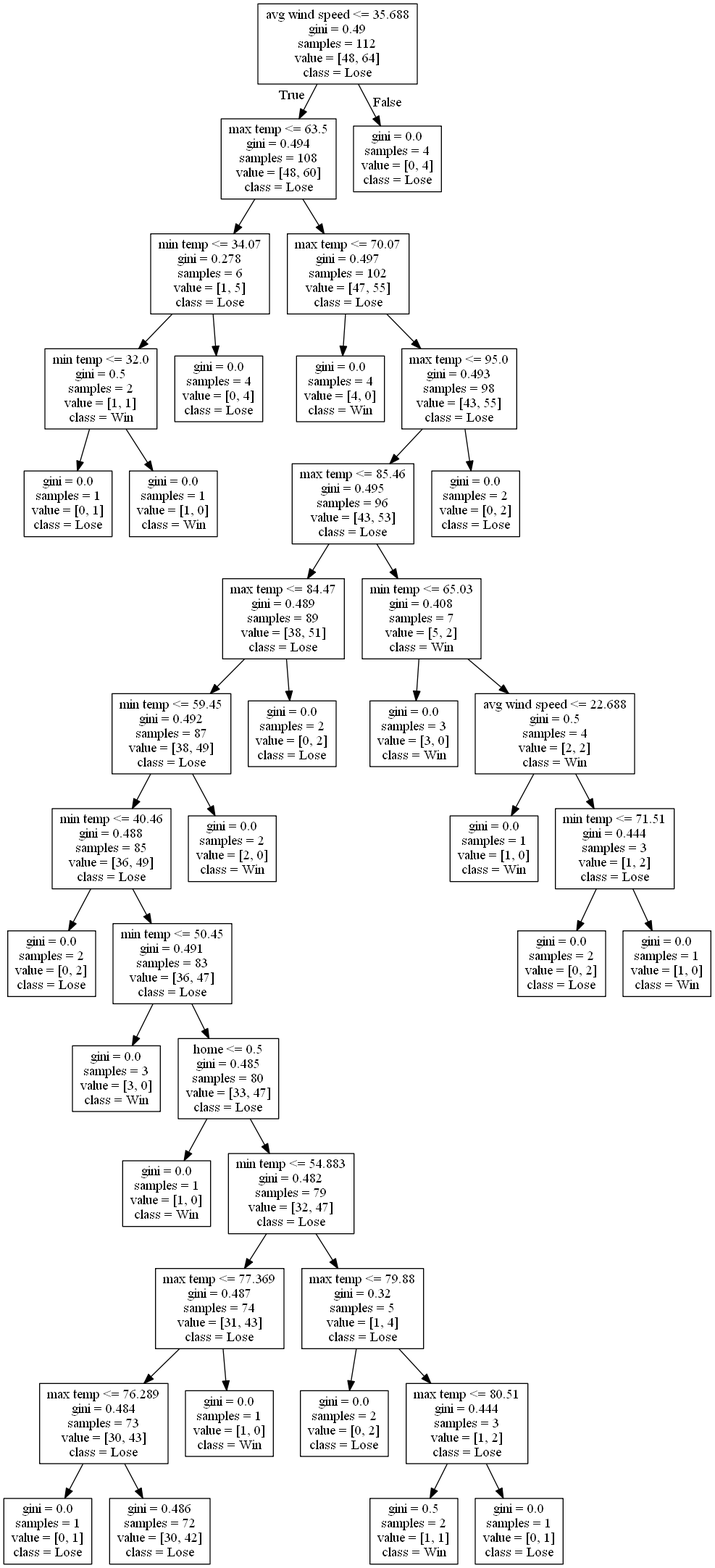
alexana-steck/CSE482Project keeps this Graphviz diagram as DecisionTrees/decision_tree_no_score_or_attendance_test_6014.png. Above is the earlier version. Its source is kept beside it as DecisionTrees/decision_tree_no_score_or_attendance_test_6014.dot.
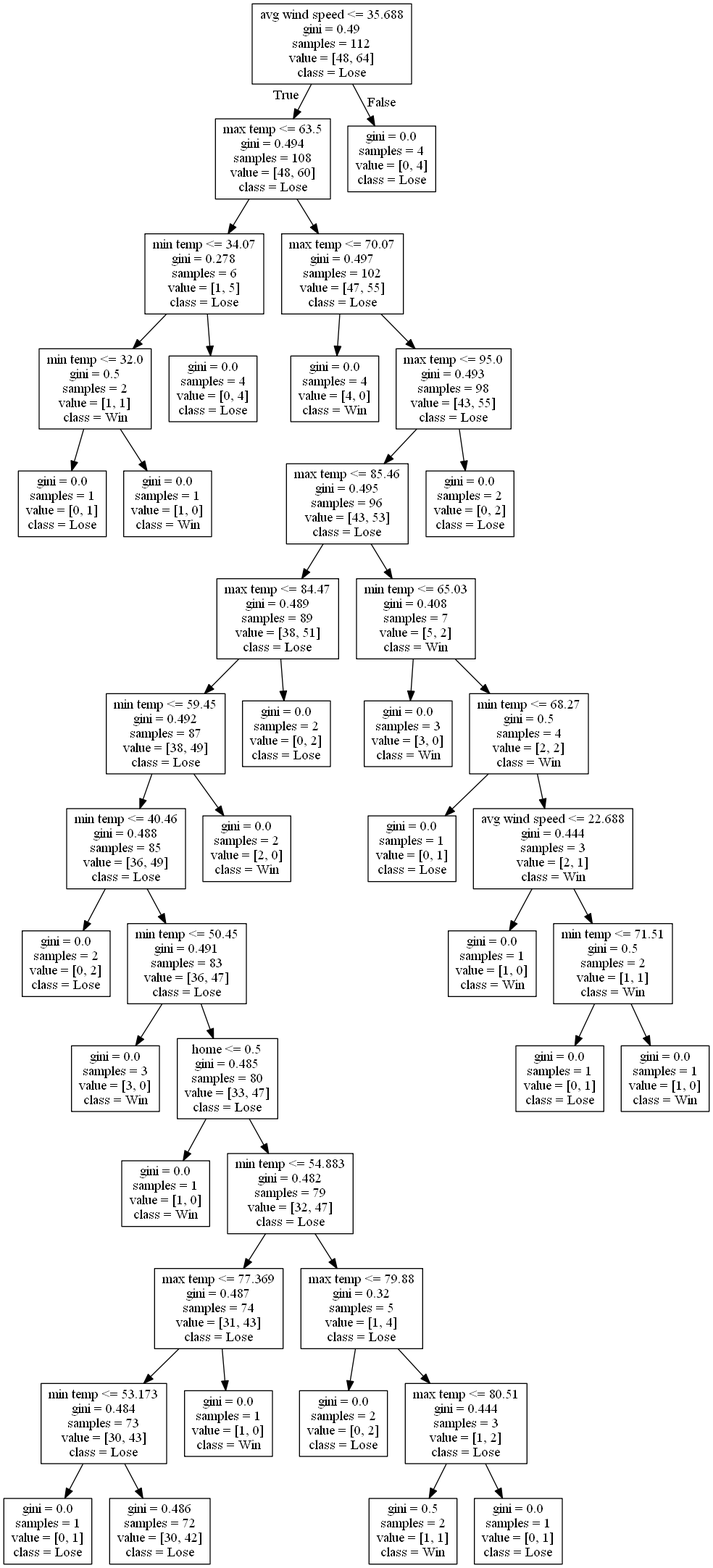
Later version of the same file.

Change to the diagram source:
```diff
@@ -41,7 +41,7 @@
 17 -> 19 ;
 20 [label="max temp <= 77.369\ngini = 0.487\nsamples = 74\nvalue = [31, 43]\nclass = Lose"] ;
 19 -> 20 ;
-21 [label="max temp <= 76.289\ngini = 0.484\nsamples = 73\nvalue = [30, 43]\nclass = Lose"] ;
+21 [label="min temp <= 53.173\ngini = 0.484\nsamples = 73\nvalue = [30, 43]\nclass = Lose"] ;
 20 -> 21 ;
 22 [label="gini = 0.0\nsamples = 1\nvalue = [0, 1]\nclass = Lose"] ;
 21 -> 22 ;
@@ -67,18 +67,22 @@
 10 -> 32 ;
 33 [label="gini = 0.0\nsamples = 3\nvalue = [3, 0]\nclass = Win"] ;
 32 -> 33 ;
-34 [label="avg wind speed <= 22.688\ngini = 0.5\nsamples = 4\nvalue = [2, 2]\nclass = Win"] ;
+34 [label="min temp <= 68.27\ngini = 0.5\nsamples = 4\nvalue = [2, 2]\nclass = Win"] ;
 32 -> 34 ;
-35 [label="gini = 0.0\nsamples = 1\nvalue = [1, 0]\nclass = Win"] ;
+35 [label="gini = 0.0\nsamples = 1\nvalue = [0, 1]\nclass = Lose"] ;
 34 -> 35 ;
-36 [label="min temp <= 71.51\ngini = 0.444\nsamples = 3\nvalue = [1, 2]\nclass = Lose"] ;
+36 [label="avg wind speed <= 22.688\ngini = 0.444\nsamples = 3\nvalue = [2, 1]\nclass = Win"] ;
 34 -> 36 ;
-37 [label="gini = 0.0\nsamples = 2\nvalue = [0, 2]\nclass = Lose"] ;
+37 [label="gini = 0.0\nsamples = 1\nvalue = [1, 0]\nclass = Win"] ;
 36 -> 37 ;
-38 [label="gini = 0.0\nsamples = 1\nvalue = [1, 0]\nclass = Win"] ;
+38 [label="min temp <= 71.51\ngini = 0.5\nsamples = 2\nvalue = [1, 1]\nclass = Win"] ;
 36 -> 38 ;
-39 [label="gini = 0.0\nsamples = 2\nvalue = [0, 2]\nclass = Lose"] ;
-9 -> 39 ;
-40 [label="gini = 0.0\nsamples = 4\nvalue = [0, 4]\nclass = Lose"] ;
-0 -> 40 [labeldistance=2.5, labelangle=-45, headlabel="False"] ;
+39 [label="gini = 0.0\nsamples = 1\nvalue = [0, 1]\nclass = Lose"] ;
+38 -> 39 ;
+40 [label="gini = 0.0\nsamples = 1\nvalue = [1, 0]\nclass = Win"] ;
+38 -> 40 ;
+41 [label="gini = 0.0\nsamples = 2\nvalue = [0, 2]\nclass = Lose"] ;
+9 -> 41 ;
+42 [label="gini = 0.0\nsamples = 4\nvalue = [0, 4]\nclass = Lose"] ;
+0 -> 42 [labeldistance=2.5, labelangle=-45, headlabel="False"] ;
 }
```
